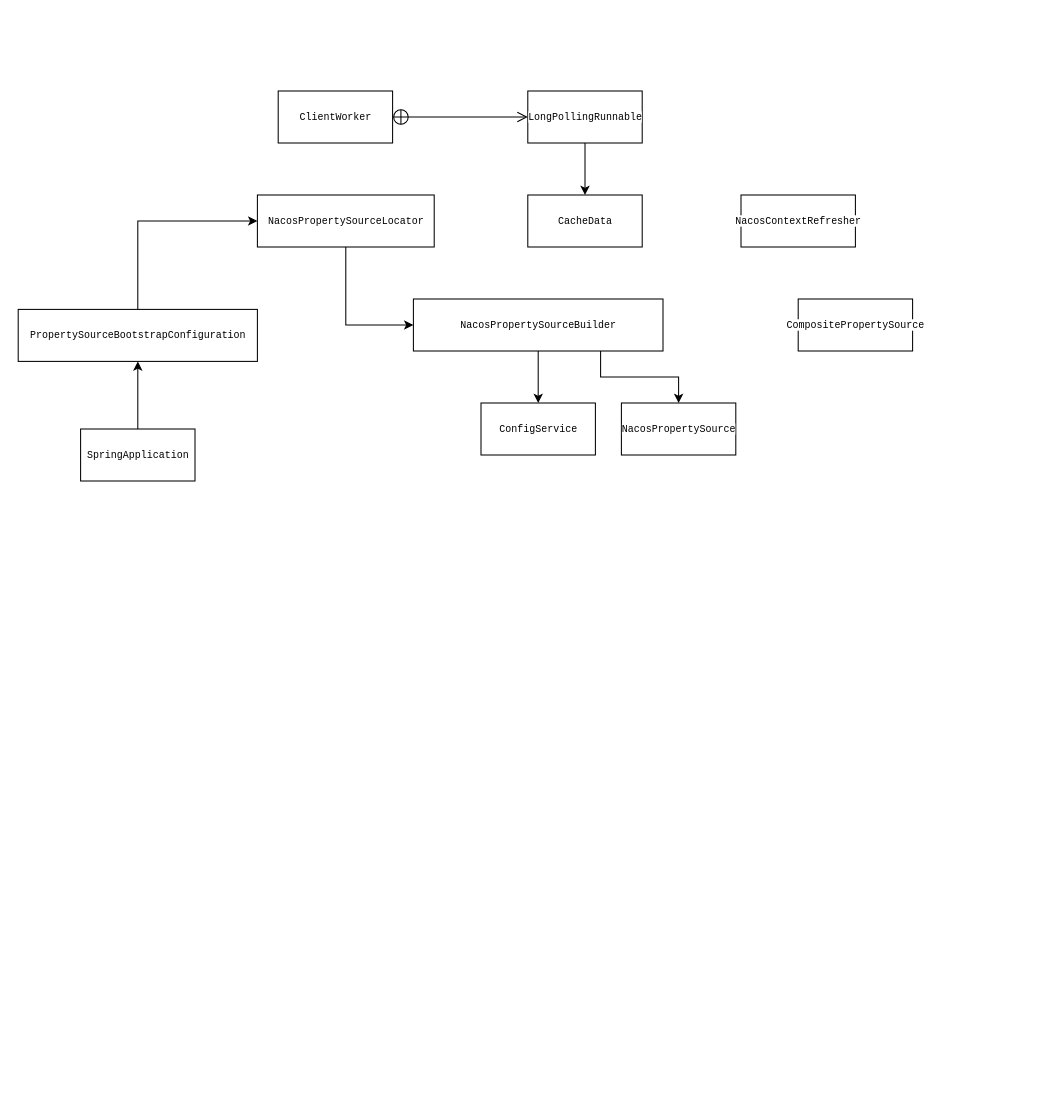
Before: nacos配置变更.drawio in hellojd2018/ms_document, a draw.io diagram. Source tidied: cells renumbered, new cells numbered last; positions are measured from the earlier drawing's top-left corner, leaving out a move shared by most shapes. Both pictures are drawn from the tidied source at 104%, with x=0, y=0 at pixel (18, 90).
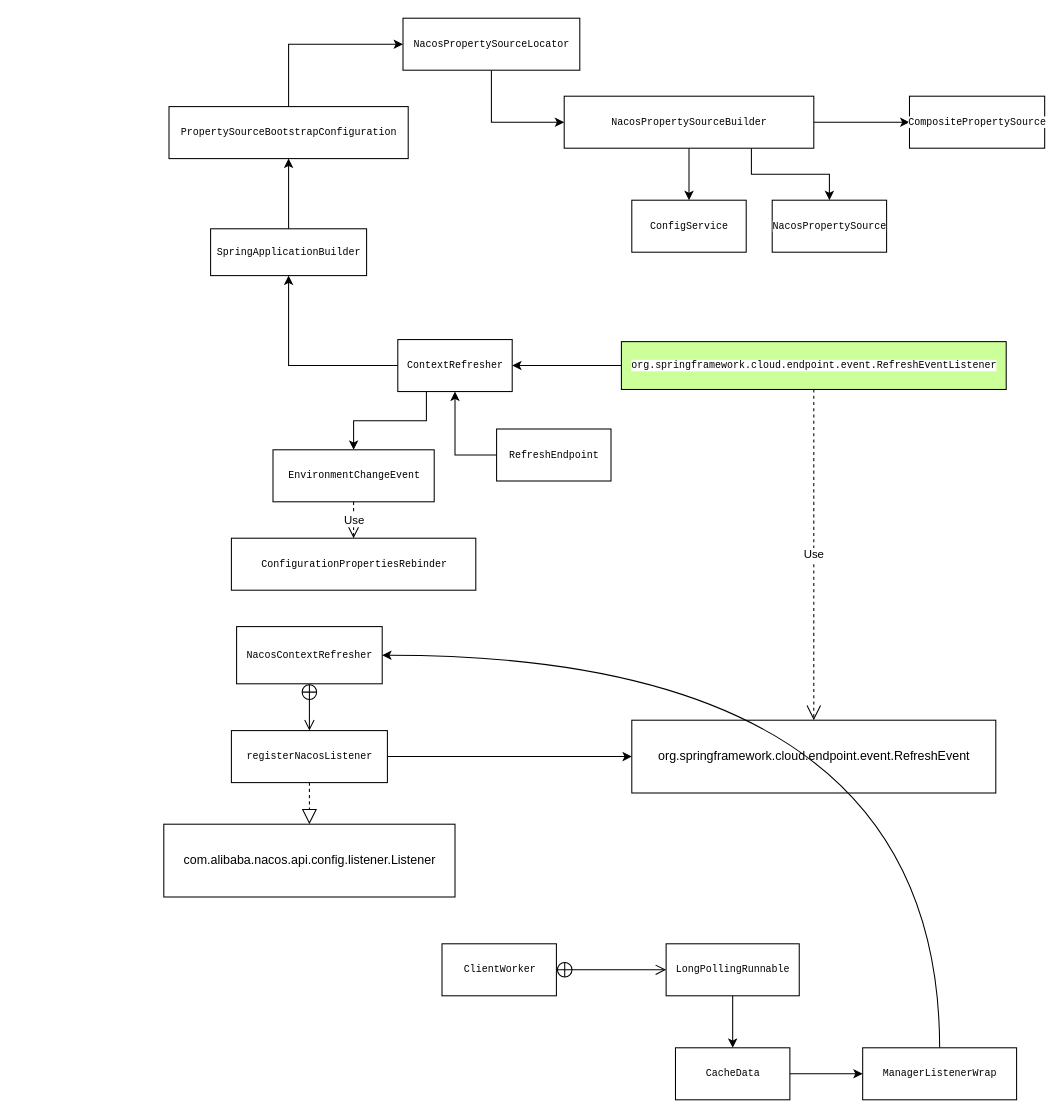
After the change.

Diff of the diagram source:
```diff
@@
     <mxCell id="2" value="&lt;pre style=&quot;background-color: rgb(255 , 255 , 255) ; font-size: 7.2pt&quot;&gt;ClientWorker&lt;/pre&gt;" style="html=1;" parent="1" vertex="1">
-      <mxGeometry x="250" width="110" height="50" as="geometry" />
+      <mxGeometry x="407.5" y="820" width="110" height="50" as="geometry" />
     </mxCell>
@@
     <mxCell id="4" value="&lt;pre style=&quot;background-color: rgb(255 , 255 , 255) ; font-size: 7.2pt&quot;&gt;LongPollingRunnable&lt;/pre&gt;" style="html=1;" parent="1" vertex="1">
-      <mxGeometry x="490" width="110" height="50" as="geometry" />
+      <mxGeometry x="623" y="820" width="128" height="50" as="geometry" />
     </mxCell>
+    <mxCell id="20" style="edgeStyle=orthogonalEdgeStyle;rounded=0;jettySize=auto;html=1;exitX=1;exitY=0.5;exitDx=0;exitDy=0;entryX=0;entryY=0.5;entryDx=0;entryDy=0;" parent="1" edge="1" source="5" target="40">
+      <mxGeometry relative="1" as="geometry" />
+    </mxCell>
     <mxCell id="5" value="&lt;pre style=&quot;background-color: rgb(255 , 255 , 255) ; font-size: 7.2pt&quot;&gt;CacheData&lt;/pre&gt;" style="html=1;" parent="1" vertex="1">
-      <mxGeometry x="490" y="100" width="110" height="50" as="geometry" />
+      <mxGeometry x="632" y="920" width="110" height="50" as="geometry" />
     </mxCell>
@@
+    <mxCell id="21" style="edgeStyle=orthogonalEdgeStyle;rounded=0;jettySize=auto;html=1;exitX=1;exitY=0.5;exitDx=0;exitDy=0;" parent="1" edge="1" source="8" target="12">
+      <mxGeometry relative="1" as="geometry" />
+    </mxCell>
     <mxCell id="8" value="&lt;pre style=&quot;background-color: rgb(255 , 255 , 255) ; font-size: 7.2pt&quot;&gt;NacosPropertySourceBuilder&lt;/pre&gt;" style="html=1;" parent="1" vertex="1">
-      <mxGeometry x="380" y="200" width="240" height="50" as="geometry" />
+      <mxGeometry x="525" y="5" width="240" height="50" as="geometry" />
     </mxCell>
     <mxCell id="9" value="&lt;pre style=&quot;background-color: rgb(255 , 255 , 255) ; font-size: 7.2pt&quot;&gt;ConfigService&lt;/pre&gt;" style="html=1;" parent="1" vertex="1">
-      <mxGeometry x="445" y="300" width="110" height="50" as="geometry" />
+      <mxGeometry x="590" y="105" width="110" height="50" as="geometry" />
     </mxCell>
@@
     <mxCell id="11" value="&lt;pre style=&quot;background-color: rgb(255 , 255 , 255) ; font-size: 7.2pt&quot;&gt;NacosPropertySource&lt;/pre&gt;" style="html=1;" parent="1" vertex="1">
-      <mxGeometry x="580" y="300" width="110" height="50" as="geometry" />
+      <mxGeometry x="725" y="105" width="110" height="50" as="geometry" />
     </mxCell>
     <mxCell id="12" value="&lt;pre style=&quot;background-color: rgb(255 , 255 , 255) ; font-size: 7.2pt&quot;&gt;CompositePropertySource&lt;/pre&gt;" style="html=1;" parent="1" vertex="1">
-      <mxGeometry x="750" y="200" width="110" height="50" as="geometry" />
+      <mxGeometry x="857" y="5" width="130" height="50" as="geometry" />
     </mxCell>
@@
     <mxCell id="14" value="&lt;pre style=&quot;background-color: rgb(255 , 255 , 255) ; font-size: 7.2pt&quot;&gt;NacosPropertySourceLocator&lt;/pre&gt;" style="html=1;" parent="1" vertex="1">
-      <mxGeometry x="230" y="100" width="170" height="50" as="geometry" />
+      <mxGeometry x="370" y="-70" width="170" height="50" as="geometry" />
     </mxCell>
-    <mxCell id="15" value="&lt;pre style=&quot;background-color: rgb(255 , 255 , 255) ; font-size: 7.2pt&quot;&gt;NacosContextRefresher&lt;/pre&gt;" style="html=1;" parent="1" vertex="1">
-      <mxGeometry x="695" y="100" width="110" height="50" as="geometry" />
-    </mxCell>
@@
     <mxCell id="17" value="&lt;pre style=&quot;background-color: rgb(255 , 255 , 255) ; font-size: 7.2pt&quot;&gt;PropertySourceBootstrapConfiguration&lt;/pre&gt;" style="html=1;" parent="1" vertex="1">
-      <mxGeometry y="210" width="230" height="50" as="geometry" />
+      <mxGeometry x="145" y="15" width="230" height="50" as="geometry" />
     </mxCell>
@@
-    <mxCell id="19" value="&lt;pre style=&quot;background-color: rgb(255 , 255 , 255) ; font-size: 7.2pt&quot;&gt;SpringApplication&lt;/pre&gt;" style="html=1;" parent="1" vertex="1">
-      <mxGeometry x="60" y="325" width="110" height="50" as="geometry" />
+    <mxCell id="19" value="&lt;pre style=&quot;background-color: rgb(255 , 255 , 255) ; font-size: 7.2pt&quot;&gt;&lt;pre style=&quot;font-size: 7.2pt&quot;&gt;SpringApplicationBuilder&lt;/pre&gt;&lt;/pre&gt;" style="html=1;" parent="1" vertex="1">
+      <mxGeometry x="185" y="132.5" width="150" height="45" as="geometry" />
     </mxCell>
+    <mxCell id="22" style="edgeStyle=orthogonalEdgeStyle;rounded=0;jettySize=auto;html=1;exitX=0;exitY=0.5;exitDx=0;exitDy=0;entryX=0.5;entryY=1;entryDx=0;entryDy=0;" parent="1" edge="1" source="24" target="19">
+      <mxGeometry relative="1" as="geometry" />
+    </mxCell>
+    <mxCell id="23" style="edgeStyle=orthogonalEdgeStyle;rounded=0;jettySize=auto;html=1;exitX=0.25;exitY=1;exitDx=0;exitDy=0;" parent="1" edge="1" source="24" target="36">
+      <mxGeometry relative="1" as="geometry" />
+    </mxCell>
+    <mxCell id="24" value="&lt;pre style=&quot;background-color: rgb(255 , 255 , 255) ; font-size: 7.2pt&quot;&gt;ContextRefresher&lt;/pre&gt;" style="html=1;" parent="1" vertex="1">
+      <mxGeometry x="365" y="239" width="110" height="50" as="geometry" />
+    </mxCell>
+    <mxCell id="25" style="edgeStyle=orthogonalEdgeStyle;rounded=0;jettySize=auto;html=1;exitX=0;exitY=0.5;exitDx=0;exitDy=0;entryX=1;entryY=0.5;entryDx=0;entryDy=0;" parent="1" edge="1" source="26" target="24">
+      <mxGeometry relative="1" as="geometry" />
+    </mxCell>
+    <mxCell id="26" value="&lt;pre style=&quot;background-color: rgb(255 , 255 , 255) ; font-size: 7.2pt&quot;&gt;org.springframework.cloud.endpoint.event.RefreshEventListener&lt;/pre&gt;" style="html=1;fillColor=#CCFF99;" parent="1" vertex="1">
+      <mxGeometry x="580" y="241" width="370" height="46" as="geometry" />
+    </mxCell>
+    <mxCell id="27" style="edgeStyle=orthogonalEdgeStyle;rounded=0;jettySize=auto;html=1;exitX=0;exitY=0.5;exitDx=0;exitDy=0;entryX=0.5;entryY=1;entryDx=0;entryDy=0;" parent="1" edge="1" source="28" target="24">
+      <mxGeometry relative="1" as="geometry" />
+    </mxCell>
+    <mxCell id="28" value="&lt;pre style=&quot;background-color: rgb(255 , 255 , 255) ; font-size: 7.2pt&quot;&gt;RefreshEndpoint&lt;/pre&gt;" style="html=1;" parent="1" vertex="1">
+      <mxGeometry x="460" y="325" width="110" height="50" as="geometry" />
+    </mxCell>
+    <mxCell id="29" value="com.alibaba.nacos.api.config.listener.Listener" style="html=1;" parent="1" vertex="1">
+      <mxGeometry x="140" y="705" width="280" height="70" as="geometry" />
+    </mxCell>
+    <mxCell id="15" value="&lt;pre style=&quot;background-color: rgb(255 , 255 , 255) ; font-size: 7.2pt&quot;&gt;NacosContextRefresher&lt;/pre&gt;" style="html=1;" parent="1" vertex="1">
+      <mxGeometry x="210" y="515" width="140" height="55" as="geometry" />
+    </mxCell>
+    <mxCell id="30" style="edgeStyle=orthogonalEdgeStyle;rounded=0;jettySize=auto;html=1;exitX=1;exitY=0.5;exitDx=0;exitDy=0;entryX=0;entryY=0.5;entryDx=0;entryDy=0;" parent="1" edge="1" source="31" target="34">
+      <mxGeometry relative="1" as="geometry" />
+    </mxCell>
+    <mxCell id="31" value="&lt;pre style=&quot;background-color: rgb(255 , 255 , 255) ; font-size: 7.2pt&quot;&gt;registerNacosListener&lt;/pre&gt;" style="html=1;" parent="1" vertex="1">
+      <mxGeometry x="205" y="615" width="150" height="50" as="geometry" />
+    </mxCell>
+    <mxCell id="32" style="endArrow=open;startArrow=circlePlus;endFill=0;startFill=0;endSize=8;html=1;exitX=0.5;exitY=1;exitDx=0;exitDy=0;" parent="1" edge="1" source="15" target="31">
+      <mxGeometry relative="1" as="geometry" />
+    </mxCell>
+    <mxCell id="33" style="endArrow=block;dashed=1;endFill=0;endSize=12;html=1;exitX=0.5;exitY=1;exitDx=0;exitDy=0;entryX=0.5;entryY=0;entryDx=0;entryDy=0;" parent="1" edge="1" source="31" target="29">
+      <mxGeometry relative="1" as="geometry" />
+    </mxCell>
+    <mxCell id="34" value="org.springframework.cloud.endpoint.event.RefreshEvent" style="html=1;" parent="1" vertex="1">
+      <mxGeometry x="590" y="605" width="350" height="70" as="geometry" />
+    </mxCell>
+    <mxCell id="35" value="Use" style="endArrow=open;endSize=12;dashed=1;html=1;exitX=0.5;exitY=1;exitDx=0;exitDy=0;" parent="1" edge="1" source="26" target="34">
+      <mxGeometry relative="1" as="geometry" />
+    </mxCell>
+    <mxCell id="36" value="&lt;pre style=&quot;background-color: rgb(255 , 255 , 255) ; font-size: 7.2pt&quot;&gt;EnvironmentChangeEvent&lt;/pre&gt;" style="html=1;" parent="1" vertex="1">
+      <mxGeometry x="245" y="345" width="155" height="50" as="geometry" />
+    </mxCell>
+    <mxCell id="37" value="&lt;pre style=&quot;background-color: rgb(255 , 255 , 255) ; font-size: 7.2pt&quot;&gt;ConfigurationPropertiesRebinder&lt;/pre&gt;" style="html=1;" parent="1" vertex="1">
+      <mxGeometry x="205" y="430" width="235" height="50" as="geometry" />
+    </mxCell>
+    <mxCell id="38" value="Use" style="endArrow=open;endSize=12;dashed=1;html=1;exitX=0.5;exitY=1;exitDx=0;exitDy=0;entryX=0.5;entryY=0;entryDx=0;entryDy=0;" parent="1" edge="1" source="36" target="37">
+      <mxGeometry relative="1" as="geometry" />
+    </mxCell>
+    <mxCell id="39" style="edgeStyle=orthogonalEdgeStyle;curved=1;rounded=0;jettySize=auto;html=1;exitX=0.5;exitY=0;exitDx=0;exitDy=0;entryX=1;entryY=0.5;entryDx=0;entryDy=0;" parent="1" edge="1" source="40" target="15">
+      <mxGeometry relative="1" as="geometry" />
+    </mxCell>
+    <mxCell id="40" value="&lt;pre style=&quot;background-color: rgb(255 , 255 , 255) ; font-size: 7.2pt&quot;&gt;ManagerListenerWrap&lt;/pre&gt;" style="html=1;" parent="1" vertex="1">
+      <mxGeometry x="812" y="920" width="148" height="50" as="geometry" />
+    </mxCell>
```
